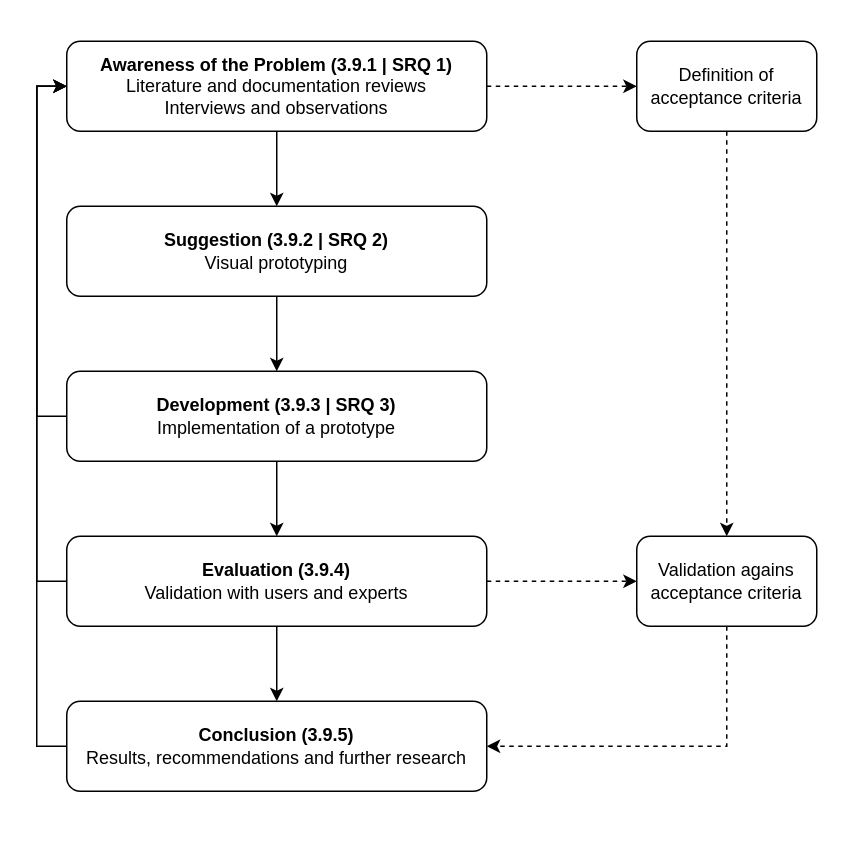
Before: diagrams/DSR_Phases_ch3.drawio in alexmiccoli/fhnw-mscbis-mt-onto, a draw.io diagram. Source tidied: cells renumbered, new cells numbered last; positions are measured from the earlier drawing's top-left corner, leaving out a move shared by most shapes. Both pictures are drawn from the tidied source at 150%, with x=0, y=0 at pixel (36, 40).
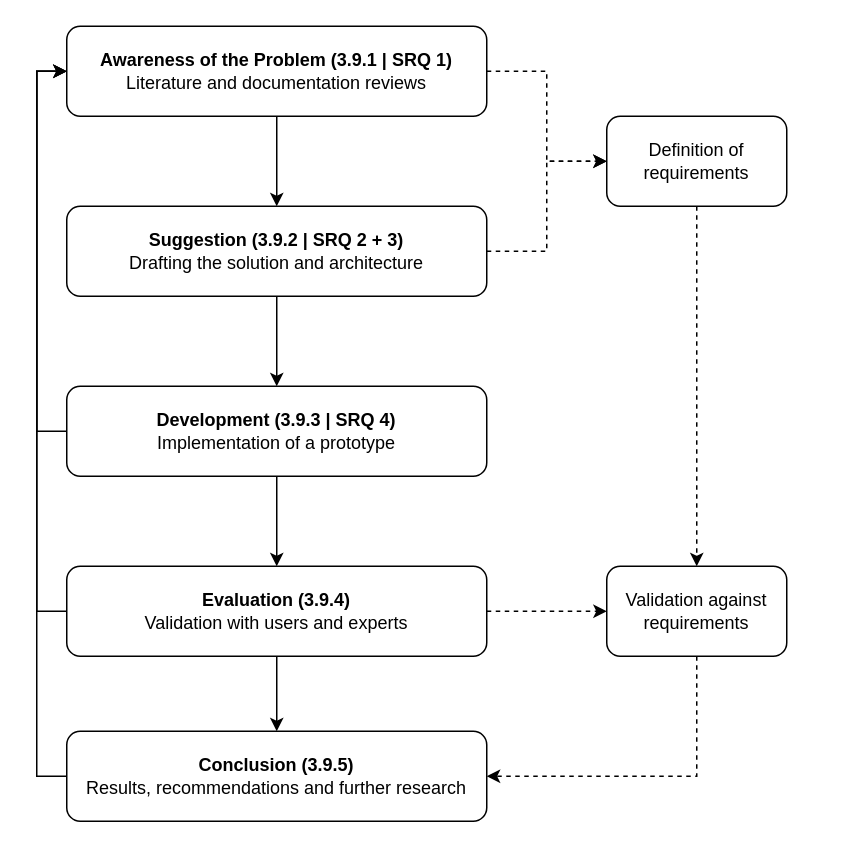
After the change.

Commit message:
Update DSR phases diagram for chapter 3

Change to the diagram source:
```diff
@@
-    <mxCell id="4" value="&lt;b&gt;Awareness of the Problem (3.9.1 | SRQ 1)&lt;br&gt;&lt;/b&gt;Literature and documentation reviews&lt;br&gt;Interviews and observations" style="rounded=1;whiteSpace=wrap;html=1;" parent="1" vertex="1">
-      <mxGeometry x="20" width="280" height="60" as="geometry" />
+    <mxCell id="4" value="&lt;b&gt;Awareness of the Problem (3.9.1 | SRQ 1)&lt;br&gt;&lt;/b&gt;Literature and documentation reviews" style="rounded=1;whiteSpace=wrap;html=1;" parent="1" vertex="1">
+      <mxGeometry x="20" y="-10" width="280" height="60" as="geometry" />
     </mxCell>
@@
-    <mxCell id="6" value="&lt;b&gt;Suggestion (3.9.2 | SRQ 2)&lt;/b&gt;&lt;br&gt;Visual prototyping" style="rounded=1;whiteSpace=wrap;html=1;" parent="1" vertex="1">
+    <mxCell id="6" value="&lt;b&gt;Suggestion (3.9.2 | SRQ 2 + 3)&lt;/b&gt;&lt;br&gt;Drafting the solution and architecture" style="rounded=1;whiteSpace=wrap;html=1;" parent="1" vertex="1">
       <mxGeometry x="20" y="110" width="280" height="60" as="geometry" />
     </mxCell>
@@
     <mxCell id="8" style="edgeStyle=orthogonalEdgeStyle;rounded=0;jettySize=auto;html=1;entryX=0;entryY=0.5;entryDx=0;entryDy=0;" parent="1" edge="1" source="9" target="4">
       <mxGeometry relative="1" as="geometry">
         <Array as="points">
-          <mxPoint y="250" />
-          <mxPoint y="30" />
+          <mxPoint y="260" />
+          <mxPoint y="20" />
         </Array>
       </mxGeometry>
     </mxCell>
-    <mxCell id="9" value="&lt;b&gt;Development (3.9.3 | SRQ 3)&lt;/b&gt;&lt;br&gt;Implementation of a prototype" style="rounded=1;whiteSpace=wrap;html=1;" parent="1" vertex="1">
-      <mxGeometry x="20" y="220" width="280" height="60" as="geometry" />
+    <mxCell id="9" value="&lt;b&gt;Development (3.9.3 | SRQ 4)&lt;/b&gt;&lt;br&gt;Implementation of a prototype" style="rounded=1;whiteSpace=wrap;html=1;" parent="1" vertex="1">
+      <mxGeometry x="20" y="230" width="280" height="60" as="geometry" />
     </mxCell>
@@
-    <mxCell id="11" style="edgeStyle=orthogonalEdgeStyle;rounded=0;jettySize=auto;html=1;" parent="1" edge="1" source="13">
+    <mxCell id="11" style="edgeStyle=orthogonalEdgeStyle;rounded=0;jettySize=auto;html=1;entryX=0;entryY=0.5;entryDx=0;entryDy=0;" parent="1" edge="1" source="13" target="4">
       <mxGeometry relative="1" as="geometry">
-        <mxPoint x="20" y="30" as="targetPoint" />
         <Array as="points">
-          <mxPoint y="360" />
-          <mxPoint y="30" />
+          <mxPoint y="380" />
+          <mxPoint y="20" />
         </Array>
       </mxGeometry>
     </mxCell>
@@
     <mxCell id="13" value="&lt;b&gt;Evaluation (3.9.4)&lt;/b&gt;&lt;br&gt;Validation with users and experts" style="rounded=1;whiteSpace=wrap;html=1;" parent="1" vertex="1">
-      <mxGeometry x="20" y="330" width="280" height="60" as="geometry" />
+      <mxGeometry x="20" y="350" width="280" height="60" as="geometry" />
     </mxCell>
     <mxCell id="14" style="edgeStyle=orthogonalEdgeStyle;rounded=0;jettySize=auto;html=1;entryX=0;entryY=0.5;entryDx=0;entryDy=0;" parent="1" edge="1" source="15" target="4">
       <mxGeometry relative="1" as="geometry">
         <Array as="points">
-          <mxPoint y="470" />
-          <mxPoint y="30" />
+          <mxPoint y="490" />
+          <mxPoint y="20" />
         </Array>
       </mxGeometry>
     </mxCell>
     <mxCell id="15" value="&lt;b&gt;Conclusion (3.9.5)&lt;/b&gt;&lt;br&gt;Results, recommendations and further research" style="rounded=1;whiteSpace=wrap;html=1;" parent="1" vertex="1">
-      <mxGeometry x="20" y="440" width="280" height="60" as="geometry" />
+      <mxGeometry x="20" y="460" width="280" height="60" as="geometry" />
     </mxCell>
@@
-    <mxCell id="17" value="Definition of acceptance criteria" style="rounded=1;whiteSpace=wrap;html=1;" parent="1" vertex="1">
-      <mxGeometry x="400" width="120" height="60" as="geometry" />
+    <mxCell id="17" value="Definition of requirements" style="rounded=1;whiteSpace=wrap;html=1;" parent="1" vertex="1">
+      <mxGeometry x="380" y="50" width="120" height="60" as="geometry" />
     </mxCell>
     <mxCell id="18" style="edgeStyle=orthogonalEdgeStyle;rounded=0;jettySize=auto;html=1;entryX=1;entryY=0.5;entryDx=0;entryDy=0;dashed=1;" parent="1" edge="1" source="19" target="15">
       <mxGeometry relative="1" as="geometry">
         <Array as="points">
-          <mxPoint x="460" y="470" />
+          <mxPoint x="440" y="490" />
         </Array>
       </mxGeometry>
     </mxCell>
-    <mxCell id="19" value="Validation agains acceptance criteria" style="rounded=1;whiteSpace=wrap;html=1;" parent="1" vertex="1">
-      <mxGeometry x="400" y="330" width="120" height="60" as="geometry" />
+    <mxCell id="19" value="Validation against requirements" style="rounded=1;whiteSpace=wrap;html=1;" parent="1" vertex="1">
+      <mxGeometry x="380" y="350" width="120" height="60" as="geometry" />
     </mxCell>
+    <mxCell id="20" style="edgeStyle=orthogonalEdgeStyle;rounded=0;jettySize=auto;html=1;dashed=1;entryX=0;entryY=0.5;entryDx=0;entryDy=0;exitX=1;exitY=0.5;exitDx=0;exitDy=0;" parent="1" edge="1" source="6" target="17">
+      <mxGeometry relative="1" as="geometry" />
+    </mxCell>
```
